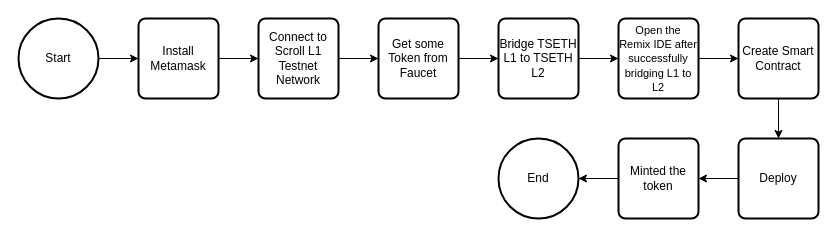
Before: Scroll L2 Flowchart.drawio in hanggaa/Diagram, a draw.io diagram. Source tidied: cells renumbered, new cells numbered last; positions are measured from the earlier drawing's top-left corner, leaving out a move shared by most shapes. Both pictures are drawn from the tidied source at 100%, with x=0, y=0 at pixel (18, 18). Pictures stored in the file or linked from it are replaced by grey dashed boxes.
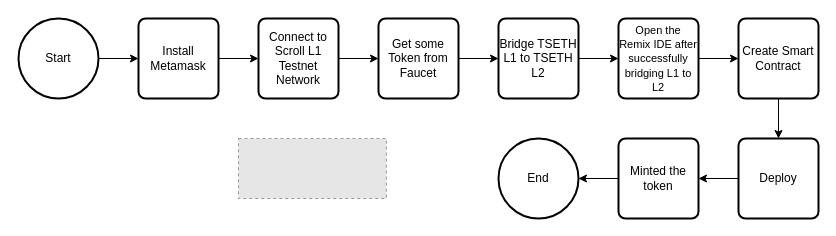
The same diagram, later.

What changed in the source:
```diff
@@
+    <mxCell id="21" style="fillColor=#E6E6E6;strokeColor=#999999;dashed=1;verticalLabelPosition=bottom;labelBackgroundColor=default;verticalAlign=top;" parent="1" vertex="1">
+      <mxGeometry x="220" y="120" width="147.9" height="60" as="geometry" />
+    </mxCell>
```
